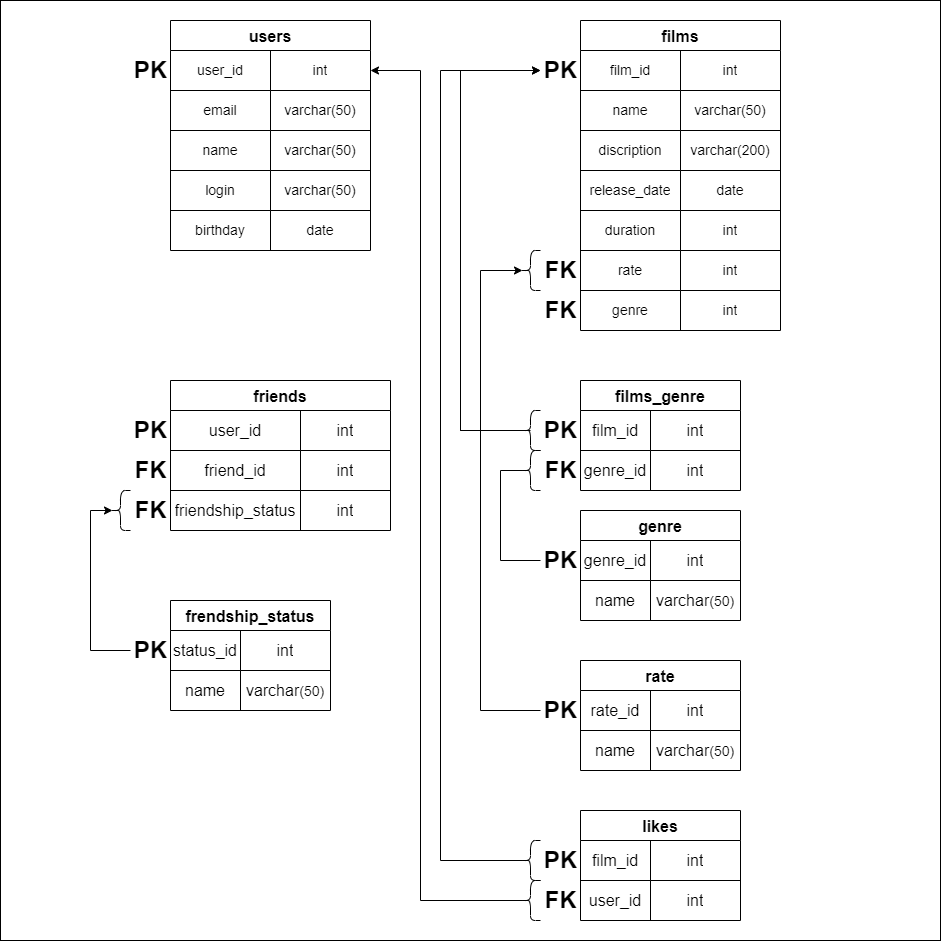
Earlier version of the draw.io export src/BD_scheme.png (Nexler0/java-filmorate). Source tidied: cells renumbered, new cells last; positions are measured from the earlier drawing's top-left corner, leaving out a move shared by most shapes.
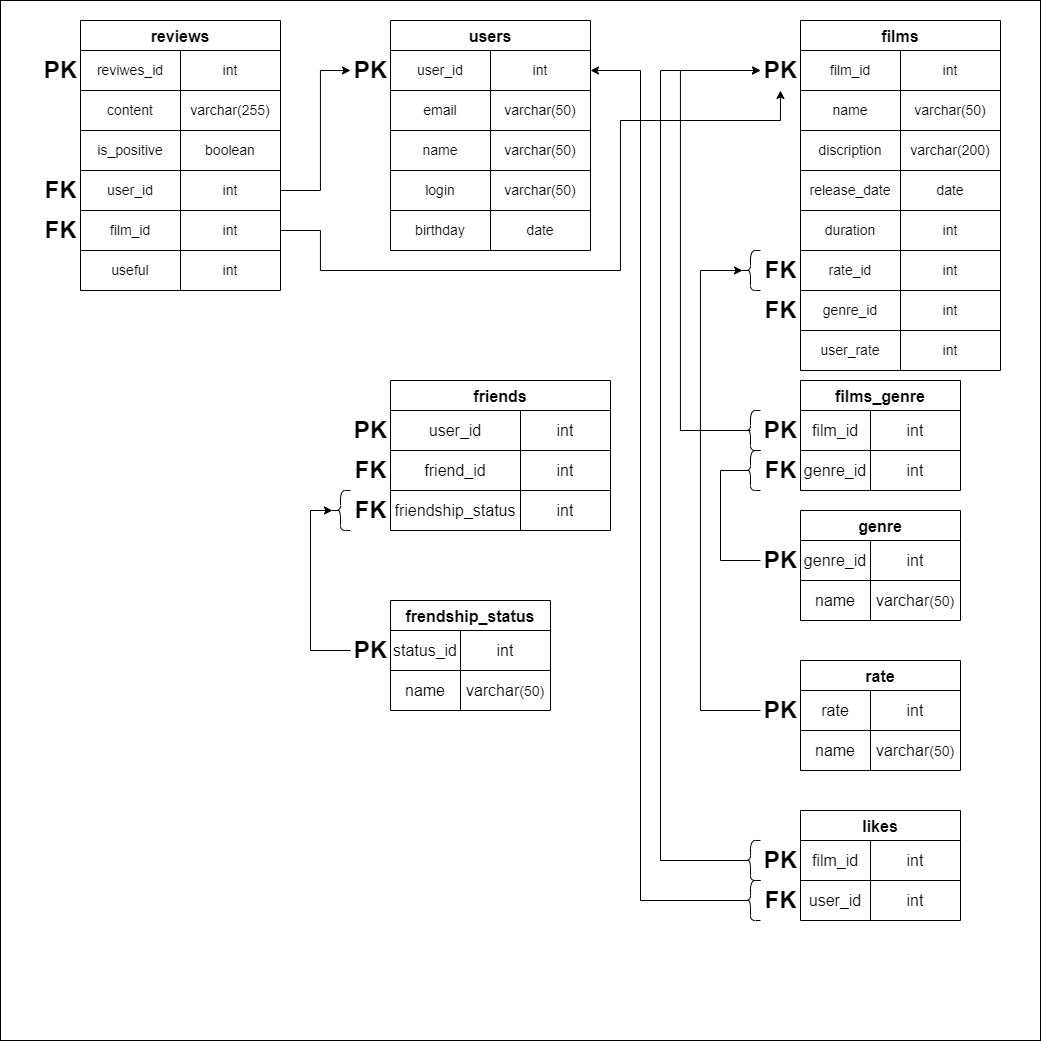
The same file after the commit.

The edit, as a diff of the source:
```diff
@@ -3,7 +3,7 @@
     <mxCell id="0" />
     <mxCell id="1" parent="0" />
     <mxCell id="2" style="whiteSpace=wrap;html=1;fontSize=16;" parent="1" vertex="1">
-      <mxGeometry width="940" height="940" as="geometry" />
+      <mxGeometry x="-220" width="1040" height="1040" as="geometry" />
     </mxCell>
     <mxCell id="3" value="users" style="shape=table;startSize=30;fontStyle=1;align=center;fontSize=16;" parent="1" vertex="1">
       <mxGeometry x="170" y="20" width="200" height="230" as="geometry" />
@@ -54,7 +54,7 @@
       <mxGeometry x="100" width="100" height="40" as="geometry" />
     </mxCell>
     <mxCell id="19" value="films" style="shape=table;startSize=30;fontStyle=1;align=center;fontSize=16;" parent="1" vertex="1">
-      <mxGeometry x="580" y="20" width="200" height="310" as="geometry" />
+      <mxGeometry x="580" y="20" width="200" height="350" as="geometry" />
     </mxCell>
     <mxCell id="20" style="shape=tableRow;horizontal=0;startSize=0;swimlaneHead=0;swimlaneBody=0;top=0;left=0;bottom=0;right=0;fillColor=none;" parent="19" vertex="1">
       <mxGeometry y="30" width="200" height="40" as="geometry" />
@@ -104,7 +104,7 @@
     <mxCell id="35" style="shape=tableRow;horizontal=0;startSize=0;swimlaneHead=0;swimlaneBody=0;top=0;left=0;bottom=0;right=0;fillColor=none;" parent="19" vertex="1">
       <mxGeometry y="230" width="200" height="40" as="geometry" />
     </mxCell>
-    <mxCell id="36" value="rate" style="shape=partialRectangle;html=1;whiteSpace=wrap;fillColor=none;top=0;left=0;bottom=0;right=0;overflow=hidden;fontSize=14;" parent="35" vertex="1">
+    <mxCell id="36" value="rate_id" style="shape=partialRectangle;html=1;whiteSpace=wrap;fillColor=none;top=0;left=0;bottom=0;right=0;overflow=hidden;fontSize=14;" parent="35" vertex="1">
       <mxGeometry width="100" height="40" as="geometry" />
     </mxCell>
     <mxCell id="37" value="int" style="shape=partialRectangle;html=1;whiteSpace=wrap;fillColor=none;top=0;left=0;bottom=0;right=0;overflow=hidden;fontSize=14;" parent="35" vertex="1">
@@ -113,12 +113,21 @@
     <mxCell id="38" style="shape=tableRow;horizontal=0;startSize=0;swimlaneHead=0;swimlaneBody=0;top=0;left=0;bottom=0;right=0;fillColor=none;" parent="19" vertex="1">
       <mxGeometry y="270" width="200" height="40" as="geometry" />
     </mxCell>
-    <mxCell id="39" value="genre" style="shape=partialRectangle;html=1;whiteSpace=wrap;fillColor=none;top=0;left=0;bottom=0;right=0;overflow=hidden;fontSize=14;" parent="38" vertex="1">
+    <mxCell id="39" value="genre_id" style="shape=partialRectangle;html=1;whiteSpace=wrap;fillColor=none;top=0;left=0;bottom=0;right=0;overflow=hidden;fontSize=14;" parent="38" vertex="1">
       <mxGeometry width="100" height="40" as="geometry" />
     </mxCell>
     <mxCell id="40" value="int" style="shape=partialRectangle;html=1;whiteSpace=wrap;fillColor=none;top=0;left=0;bottom=0;right=0;overflow=hidden;fontSize=14;" parent="38" vertex="1">
       <mxGeometry x="100" width="100" height="40" as="geometry" />
     </mxCell>
+    <mxCell id="113" style="shape=tableRow;horizontal=0;startSize=0;swimlaneHead=0;swimlaneBody=0;top=0;left=0;bottom=0;right=0;fillColor=none;" parent="19" vertex="1">
+      <mxGeometry y="310" width="200" height="40" as="geometry" />
+    </mxCell>
+    <mxCell id="114" value="user_rate" style="shape=partialRectangle;html=1;whiteSpace=wrap;fillColor=none;top=0;left=0;bottom=0;right=0;overflow=hidden;fontSize=14;" parent="113" vertex="1">
+      <mxGeometry width="100" height="40" as="geometry" />
+    </mxCell>
+    <mxCell id="115" value="int" style="shape=partialRectangle;html=1;whiteSpace=wrap;fillColor=none;top=0;left=0;bottom=0;right=0;overflow=hidden;fontSize=14;" parent="113" vertex="1">
+      <mxGeometry x="100" width="100" height="40" as="geometry" />
+    </mxCell>
     <mxCell id="41" value="genre" style="shape=table;startSize=30;fontStyle=1;align=center;fontSize=16;" parent="1" vertex="1">
       <mxGeometry x="580" y="510" width="160" height="110" as="geometry" />
     </mxCell>
@@ -279,7 +288,7 @@
     <mxCell id="89" style="shape=tableRow;horizontal=0;startSize=0;swimlaneHead=0;swimlaneBody=0;top=0;left=0;bottom=0;right=0;fillColor=none;fontSize=16;" parent="88" vertex="1">
       <mxGeometry y="30" width="160" height="40" as="geometry" />
     </mxCell>
-    <mxCell id="90" value="rate_id" style="shape=partialRectangle;html=1;whiteSpace=wrap;fillColor=none;top=0;left=0;bottom=0;right=0;overflow=hidden;fontSize=16;" parent="89" vertex="1">
+    <mxCell id="90" value="rate" style="shape=partialRectangle;html=1;whiteSpace=wrap;fillColor=none;top=0;left=0;bottom=0;right=0;overflow=hidden;fontSize=16;" parent="89" vertex="1">
       <mxGeometry width="70" height="40" as="geometry" />
     </mxCell>
     <mxCell id="91" value="int" style="shape=partialRectangle;html=1;whiteSpace=wrap;fillColor=none;top=0;left=0;bottom=0;right=0;overflow=hidden;fontSize=16;" parent="89" vertex="1">
@@ -366,5 +375,90 @@
         </Array>
       </mxGeometry>
     </mxCell>
+    <mxCell id="116" value="reviews" style="shape=table;startSize=30;fontStyle=1;align=center;fontSize=16;" parent="1" vertex="1">
+      <mxGeometry x="-140" y="20" width="200" height="270" as="geometry" />
+    </mxCell>
+    <mxCell id="117" style="shape=tableRow;horizontal=0;startSize=0;swimlaneHead=0;swimlaneBody=0;top=0;left=0;bottom=0;right=0;fillColor=none;" parent="116" vertex="1">
+      <mxGeometry y="30" width="200" height="40" as="geometry" />
+    </mxCell>
+    <mxCell id="118" value="&lt;span style=&quot;font-size: 14px;&quot;&gt;reviwes_id&lt;/span&gt;" style="shape=partialRectangle;html=1;whiteSpace=wrap;fillColor=none;top=0;left=0;bottom=0;right=0;overflow=hidden;" parent="117" vertex="1">
+      <mxGeometry width="100" height="40" as="geometry" />
+    </mxCell>
+    <mxCell id="119" value="int" style="shape=partialRectangle;html=1;whiteSpace=wrap;fillColor=none;top=0;left=0;bottom=0;right=0;overflow=hidden;fontSize=14;" parent="117" vertex="1">
+      <mxGeometry x="100" width="100" height="40" as="geometry" />
+    </mxCell>
+    <mxCell id="120" style="shape=tableRow;horizontal=0;startSize=0;swimlaneHead=0;swimlaneBody=0;top=0;left=0;bottom=0;right=0;fillColor=none;" parent="116" vertex="1">
+      <mxGeometry y="70" width="200" height="40" as="geometry" />
+    </mxCell>
+    <mxCell id="121" value="content" style="shape=partialRectangle;html=1;whiteSpace=wrap;fillColor=none;top=0;left=0;bottom=0;right=0;overflow=hidden;fontSize=14;" parent="120" vertex="1">
+      <mxGeometry width="100" height="40" as="geometry" />
+    </mxCell>
+    <mxCell id="122" value="varchar(255)" style="shape=partialRectangle;html=1;whiteSpace=wrap;fillColor=none;top=0;left=0;bottom=0;right=0;overflow=hidden;fontSize=14;" parent="120" vertex="1">
+      <mxGeometry x="100" width="100" height="40" as="geometry" />
+    </mxCell>
+    <mxCell id="123" style="shape=tableRow;horizontal=0;startSize=0;swimlaneHead=0;swimlaneBody=0;top=0;left=0;bottom=0;right=0;fillColor=none;" parent="116" vertex="1">
+      <mxGeometry y="110" width="200" height="40" as="geometry" />
+    </mxCell>
+    <mxCell id="124" value="is_positive" style="shape=partialRectangle;html=1;whiteSpace=wrap;fillColor=none;top=0;left=0;bottom=0;right=0;overflow=hidden;fontSize=14;" parent="123" vertex="1">
+      <mxGeometry width="100" height="40" as="geometry" />
+    </mxCell>
+    <mxCell id="125" value="boolean" style="shape=partialRectangle;html=1;whiteSpace=wrap;fillColor=none;top=0;left=0;bottom=0;right=0;overflow=hidden;fontSize=14;" parent="123" vertex="1">
+      <mxGeometry x="100" width="100" height="40" as="geometry" />
+    </mxCell>
+    <mxCell id="126" style="shape=tableRow;horizontal=0;startSize=0;swimlaneHead=0;swimlaneBody=0;top=0;left=0;bottom=0;right=0;fillColor=none;points=[[0,0.5],[1,0.5]];portConstraint=eastwest;" parent="116" vertex="1">
+      <mxGeometry y="150" width="200" height="40" as="geometry" />
+    </mxCell>
+    <mxCell id="127" value="user_id" style="shape=partialRectangle;html=1;whiteSpace=wrap;fillColor=none;top=0;left=0;bottom=0;right=0;overflow=hidden;fontSize=14;" parent="126" vertex="1">
+      <mxGeometry width="100" height="40" as="geometry" />
+    </mxCell>
+    <mxCell id="128" value="int" style="shape=partialRectangle;html=1;whiteSpace=wrap;fillColor=none;top=0;left=0;bottom=0;right=0;overflow=hidden;fontSize=14;" parent="126" vertex="1">
+      <mxGeometry x="100" width="100" height="40" as="geometry" />
+    </mxCell>
+    <mxCell id="129" style="shape=tableRow;horizontal=0;startSize=0;swimlaneHead=0;swimlaneBody=0;top=0;left=0;bottom=0;right=0;fillColor=none;points=[[0,0.5],[1,0.5]];portConstraint=eastwest;" parent="116" vertex="1">
+      <mxGeometry y="190" width="200" height="40" as="geometry" />
+    </mxCell>
+    <mxCell id="130" value="film_id" style="shape=partialRectangle;html=1;whiteSpace=wrap;fillColor=none;top=0;left=0;bottom=0;right=0;overflow=hidden;fontSize=14;" parent="129" vertex="1">
+      <mxGeometry width="100" height="40" as="geometry" />
+    </mxCell>
+    <mxCell id="131" value="int" style="shape=partialRectangle;html=1;whiteSpace=wrap;fillColor=none;top=0;left=0;bottom=0;right=0;overflow=hidden;fontSize=14;" parent="129" vertex="1">
+      <mxGeometry x="100" width="100" height="40" as="geometry" />
+    </mxCell>
+    <mxCell id="132" style="shape=tableRow;horizontal=0;startSize=0;swimlaneHead=0;swimlaneBody=0;top=0;left=0;bottom=0;right=0;fillColor=none;" parent="116" vertex="1">
+      <mxGeometry y="230" width="200" height="40" as="geometry" />
+    </mxCell>
+    <mxCell id="133" value="useful" style="shape=partialRectangle;html=1;whiteSpace=wrap;fillColor=none;top=0;left=0;bottom=0;right=0;overflow=hidden;fontSize=14;" parent="132" vertex="1">
+      <mxGeometry width="100" height="40" as="geometry" />
+    </mxCell>
+    <mxCell id="134" value="int" style="shape=partialRectangle;html=1;whiteSpace=wrap;fillColor=none;top=0;left=0;bottom=0;right=0;overflow=hidden;fontSize=14;" parent="132" vertex="1">
+      <mxGeometry x="100" width="100" height="40" as="geometry" />
+    </mxCell>
+    <mxCell id="135" value="PK" style="text;strokeColor=none;fillColor=none;html=1;fontSize=24;fontStyle=1;verticalAlign=middle;align=center;" parent="1" vertex="1">
+      <mxGeometry x="-180" y="50" width="40" height="40" as="geometry" />
+    </mxCell>
+    <mxCell id="136" value="FK" style="text;strokeColor=none;fillColor=none;html=1;fontSize=24;fontStyle=1;verticalAlign=middle;align=center;" parent="1" vertex="1">
+      <mxGeometry x="-180" y="170" width="40" height="40" as="geometry" />
+    </mxCell>
+    <mxCell id="137" value="FK" style="text;strokeColor=none;fillColor=none;html=1;fontSize=24;fontStyle=1;verticalAlign=middle;align=center;" parent="1" vertex="1">
+      <mxGeometry x="-180" y="210" width="40" height="40" as="geometry" />
+    </mxCell>
+    <mxCell id="138" style="edgeStyle=orthogonalEdgeStyle;rounded=0;jettySize=auto;html=1;exitX=1;exitY=0.5;exitDx=0;exitDy=0;entryX=0;entryY=0.5;entryDx=0;entryDy=0;" parent="1" edge="1" source="126" target="60">
+      <mxGeometry relative="1" as="geometry">
+        <Array as="points">
+          <mxPoint x="100" y="190" />
+          <mxPoint x="100" y="70" />
+        </Array>
+      </mxGeometry>
+    </mxCell>
+    <mxCell id="139" style="edgeStyle=orthogonalEdgeStyle;rounded=0;jettySize=auto;html=1;exitX=1;exitY=0.5;exitDx=0;exitDy=0;entryX=0.5;entryY=1;entryDx=0;entryDy=0;" parent="1" edge="1" source="129" target="61">
+      <mxGeometry relative="1" as="geometry">
+        <Array as="points">
+          <mxPoint x="100" y="230" />
+          <mxPoint x="100" y="270" />
+          <mxPoint x="400" y="270" />
+          <mxPoint x="400" y="120" />
+          <mxPoint x="560" y="120" />
+        </Array>
+      </mxGeometry>
+    </mxCell>
   </root>
 </mxGraphModel>
```
